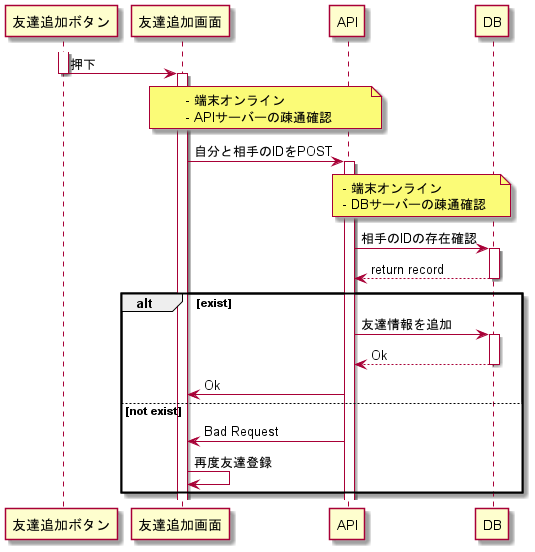
Before: out/SequentialDiagram/addFriendFlow/add_friend/友達追加フロー.png, a diagram exported from PlantUML (beaconFUN/FLAT-uml).
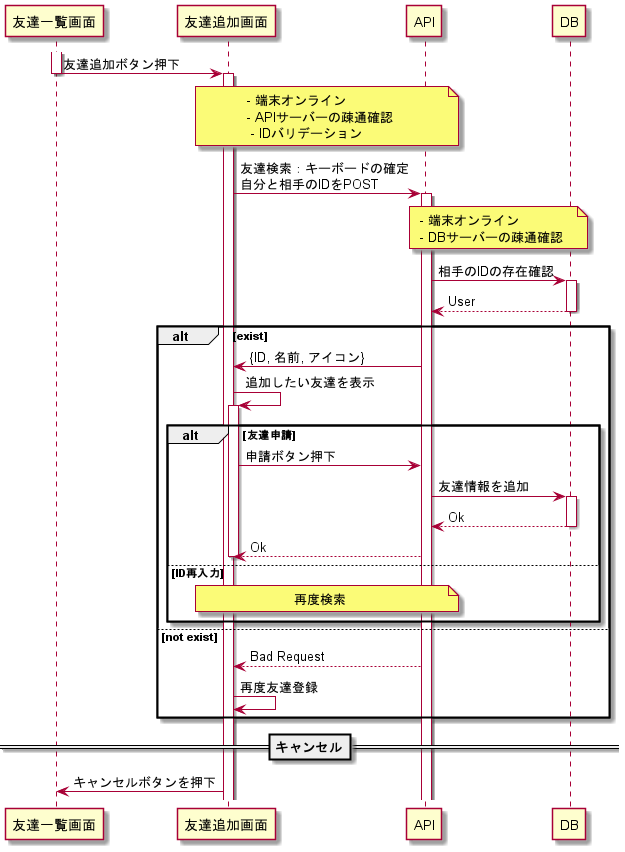
Above is the later version.

Commit message:
Update: uml & design - 申請ボタンを押下すると、ボタンテキストが承認待ちになる。今までは友達一覧に戻ってた - APIがアイコンを返すか、アイコンラベルを返すか 悩み中 -

The edit, as a diff of the source:
```diff
@@ -1,26 +1,37 @@
 @startuml 友達追加フロー
 
-participant 友達追加ボタン order 20
+participant 友達一覧画面 order 20
 participant 友達追加画面 order 50
 participant API order 60
 participant DB order 70
 
-activate 友達追加ボタン
-友達追加ボタン -> 友達追加画面 --++ : 押下
-note over 友達追加画面, API: - 端末オンライン\n- APIサーバーの疎通確認
+activate 友達一覧画面
+友達一覧画面 -> 友達追加画面 --++ : 友達追加ボタン押下
+note over 友達追加画面, API: - 端末オンライン\n- APIサーバーの疎通確認\n - IDバリデーション
 
-友達追加画面 -> API ++ : 自分と相手のIDをPOST
+友達追加画面 -> API ++ : 友達検索：キーボードの確定\n自分と相手のIDをPOST
 
 note over API, DB: - 端末オンライン\n- DBサーバーの疎通確認
 API -> DB ++:相手のIDの存在確認
-return return record
+return User
 alt exist
-    API -> DB ++: 友達情報を追加
-    return Ok
-    API -> 友達追加画面 : Ok
+    API -> 友達追加画面: {ID, 名前, アイコン}
+    友達追加画面 -> 友達追加画面 ++ : 追加したい友達を表示
+
+    alt 友達申請
+        友達追加画面 -> API: 申請ボタン押下
+        API -> DB ++: 友達情報を追加
+        return Ok
+        API --> 友達追加画面 : Ok
+        deactivate
+    else ID再入力
+        note over 友達追加画面, API: 再度検索
+    end
 else not exist
-    API -> 友達追加画面 : Bad Request
+    API --> 友達追加画面 : Bad Request
     友達追加画面 -> 友達追加画面 : 再度友達登録
 end
 
+==キャンセル==
+友達追加画面 -> 友達一覧画面: キャンセルボタンを押下
 @enduml
```
